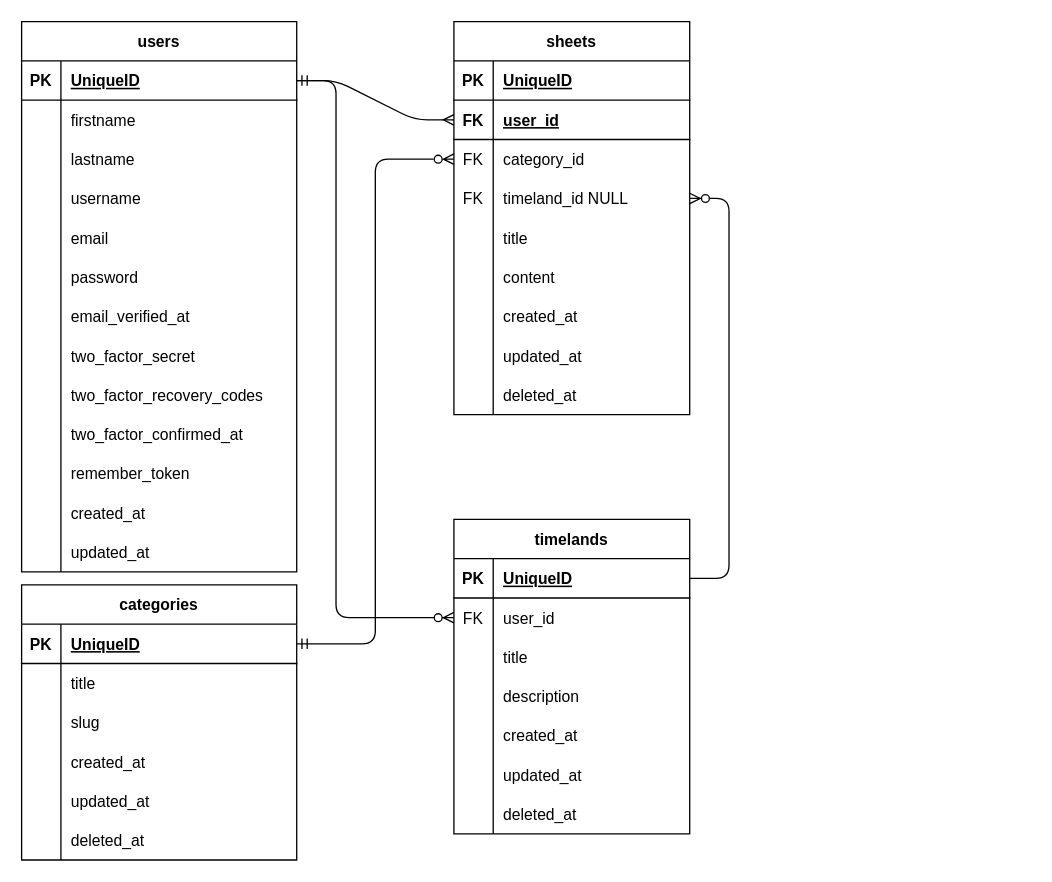
Earlier version of the draw.io diagram database/schemas/db.drawio (opensheetorg/opensheet). Source tidied: cells renumbered, new cells numbered last; positions are measured from the earlier drawing's top-left corner, leaving out a move shared by most shapes. Both pictures are drawn from the tidied source at 131%, with x=0, y=0 at pixel (21, 21).
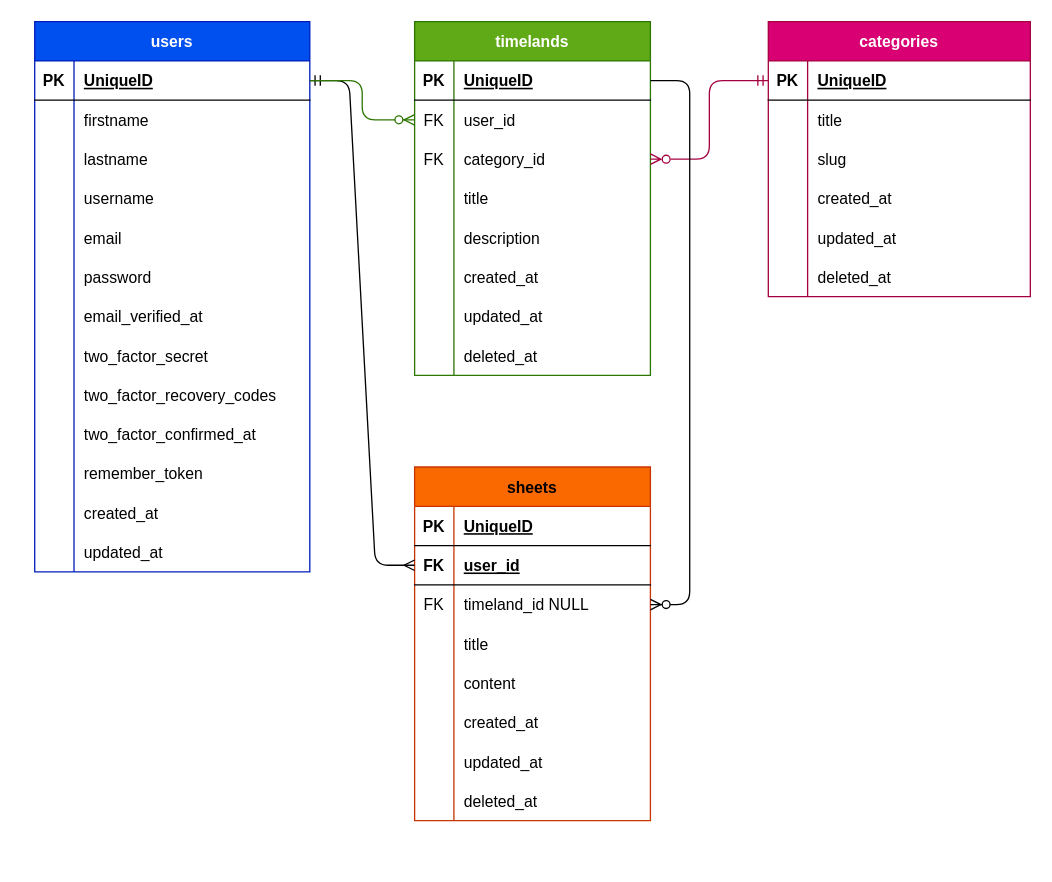
The same diagram, later.

The change refers to these unchanged cells:
```xml
<mxCell id="34" style="shape=tableRow;horizontal=0;startSize=0;swimlaneHead=0;swimlaneBody=0;fillColor=none;points=[[0,0.5],[1,0.5]];portConstraint=eastwest;top=0;left=0;right=0;bottom=0;" parent="30" vertex="1">
  <mxGeometry y="60" width="180" height="30" as="geometry" />
</mxCell>
<mxCell id="53" style="shape=tableRow;horizontal=0;startSize=0;swimlaneHead=0;swimlaneBody=0;fillColor=none;points=[[0,0.5],[1,0.5]];portConstraint=eastwest;top=0;left=0;right=0;bottom=1;" parent="52" vertex="1">
  <mxGeometry y="30" width="210" height="30" as="geometry" />
</mxCell>
```

Change to the diagram source:
```diff
@@
-    <mxCell id="2" value="sheets" style="shape=table;startSize=30;childLayout=tableLayout;rowLines=0;fontStyle=1;align=center;" parent="1" vertex="1">
-      <mxGeometry x="330" width="180" height="300" as="geometry" />
+    <mxCell id="2" value="sheets" style="shape=table;startSize=30;childLayout=tableLayout;rowLines=0;fontStyle=1;align=center;fillColor=#fa6800;fontColor=#000000;strokeColor=#C73500;" parent="1" vertex="1">
+      <mxGeometry x="300" y="340" width="180" height="270" as="geometry" />
     </mxCell>
@@
-    <mxCell id="9" style="shape=tableRow;horizontal=0;startSize=0;swimlaneHead=0;swimlaneBody=0;fillColor=none;points=[[0,0.5],[1,0.5]];portConstraint=eastwest;top=0;left=0;right=0;bottom=0;" parent="2" vertex="1">
-      <mxGeometry y="90" width="180" height="30" as="geometry" />
-    </mxCell>
-    <mxCell id="10" value="FK" style="shape=partialRectangle;fillColor=none;top=0;left=0;bottom=0;right=0;overflow=hidden;" parent="9" vertex="1">
-      <mxGeometry width="30" height="30" as="geometry" />
-    </mxCell>
-    <mxCell id="11" value="category_id" style="shape=partialRectangle;fillColor=none;top=0;left=0;bottom=0;right=0;align=left;spacingLeft=6;overflow=hidden;" parent="9" vertex="1">
-      <mxGeometry x="30" width="150" height="30" as="geometry" />
-    </mxCell>
     <mxCell id="12" style="shape=tableRow;horizontal=0;startSize=0;swimlaneHead=0;swimlaneBody=0;fillColor=none;points=[[0,0.5],[1,0.5]];portConstraint=eastwest;top=0;left=0;right=0;bottom=0;" parent="2" vertex="1">
-      <mxGeometry y="120" width="180" height="30" as="geometry" />
+      <mxGeometry y="90" width="180" height="30" as="geometry" />
     </mxCell>
@@
     <mxCell id="15" style="shape=tableRow;horizontal=0;startSize=0;swimlaneHead=0;swimlaneBody=0;fillColor=none;top=0;left=0;right=0;bottom=0;" parent="2" vertex="1">
-      <mxGeometry y="150" width="180" height="30" as="geometry" />
+      <mxGeometry y="120" width="180" height="30" as="geometry" />
     </mxCell>
@@
     <mxCell id="18" style="shape=tableRow;horizontal=0;startSize=0;swimlaneHead=0;swimlaneBody=0;fillColor=none;top=0;left=0;right=0;bottom=0;" parent="2" vertex="1">
-      <mxGeometry y="180" width="180" height="30" as="geometry" />
+      <mxGeometry y="150" width="180" height="30" as="geometry" />
     </mxCell>
@@
     <mxCell id="21" style="shape=tableRow;horizontal=0;startSize=0;swimlaneHead=0;swimlaneBody=0;fillColor=none;top=0;left=0;right=0;bottom=0;" parent="2" vertex="1">
-      <mxGeometry y="210" width="180" height="30" as="geometry" />
+      <mxGeometry y="180" width="180" height="30" as="geometry" />
     </mxCell>
@@
     <mxCell id="24" style="shape=tableRow;horizontal=0;startSize=0;swimlaneHead=0;swimlaneBody=0;fillColor=none;top=0;left=0;right=0;bottom=0;" parent="2" vertex="1">
-      <mxGeometry y="240" width="180" height="30" as="geometry" />
+      <mxGeometry y="210" width="180" height="30" as="geometry" />
     </mxCell>
@@
     <mxCell id="27" style="shape=tableRow;horizontal=0;startSize=0;swimlaneHead=0;swimlaneBody=0;fillColor=none;top=0;left=0;right=0;bottom=0;" parent="2" vertex="1">
-      <mxGeometry y="270" width="180" height="30" as="geometry" />
+      <mxGeometry y="240" width="180" height="30" as="geometry" />
     </mxCell>
@@
-    <mxCell id="30" value="timelands" style="shape=table;startSize=30;childLayout=tableLayout;rowLines=0;fontStyle=1;align=center;" parent="1" vertex="1">
-      <mxGeometry x="330" y="380" width="180" height="240" as="geometry" />
+    <mxCell id="30" value="timelands" style="shape=table;startSize=30;childLayout=tableLayout;rowLines=0;fontStyle=1;align=center;fillColor=#60a917;fontColor=#ffffff;strokeColor=#2D7600;" parent="1" vertex="1">
+      <mxGeometry x="300" width="180" height="270" as="geometry" />
     </mxCell>
@@
+    <mxCell id="9" style="shape=tableRow;horizontal=0;startSize=0;swimlaneHead=0;swimlaneBody=0;fillColor=none;points=[[0,0.5],[1,0.5]];portConstraint=eastwest;top=0;left=0;right=0;bottom=0;" parent="30" vertex="1">
+      <mxGeometry y="90" width="180" height="30" as="geometry" />
+    </mxCell>
+    <mxCell id="10" value="FK" style="shape=partialRectangle;fillColor=none;top=0;left=0;bottom=0;right=0;overflow=hidden;" parent="9" vertex="1">
+      <mxGeometry width="30" height="30" as="geometry" />
+    </mxCell>
+    <mxCell id="11" value="category_id" style="shape=partialRectangle;fillColor=none;top=0;left=0;bottom=0;right=0;align=left;spacingLeft=6;overflow=hidden;" parent="9" vertex="1">
+      <mxGeometry x="30" width="150" height="30" as="geometry" />
+    </mxCell>
     <mxCell id="37" style="shape=tableRow;horizontal=0;startSize=0;swimlaneHead=0;swimlaneBody=0;fillColor=none;top=0;left=0;right=0;bottom=0;" parent="30" vertex="1">
-      <mxGeometry y="90" width="180" height="30" as="geometry" />
+      <mxGeometry y="120" width="180" height="30" as="geometry" />
     </mxCell>
@@
     <mxCell id="40" style="shape=tableRow;horizontal=0;startSize=0;swimlaneHead=0;swimlaneBody=0;fillColor=none;top=0;left=0;right=0;bottom=0;" parent="30" vertex="1">
-      <mxGeometry y="120" width="180" height="30" as="geometry" />
+      <mxGeometry y="150" width="180" height="30" as="geometry" />
     </mxCell>
@@
     <mxCell id="43" style="shape=tableRow;horizontal=0;startSize=0;swimlaneHead=0;swimlaneBody=0;fillColor=none;top=0;left=0;right=0;bottom=0;" parent="30" vertex="1">
-      <mxGeometry y="150" width="180" height="30" as="geometry" />
+      <mxGeometry y="180" width="180" height="30" as="geometry" />
     </mxCell>
@@
     <mxCell id="46" style="shape=tableRow;horizontal=0;startSize=0;swimlaneHead=0;swimlaneBody=0;fillColor=none;top=0;left=0;right=0;bottom=0;" parent="30" vertex="1">
-      <mxGeometry y="180" width="180" height="30" as="geometry" />
+      <mxGeometry y="210" width="180" height="30" as="geometry" />
     </mxCell>
@@
     <mxCell id="49" style="shape=tableRow;horizontal=0;startSize=0;swimlaneHead=0;swimlaneBody=0;fillColor=none;top=0;left=0;right=0;bottom=0;" parent="30" vertex="1">
-      <mxGeometry y="210" width="180" height="30" as="geometry" />
+      <mxGeometry y="240" width="180" height="30" as="geometry" />
     </mxCell>
@@
-    <mxCell id="52" value="users" style="shape=table;startSize=30;childLayout=tableLayout;rowLines=0;fontStyle=1;align=center;" parent="1" vertex="1">
-      <mxGeometry width="210" height="420" as="geometry" />
+    <mxCell id="52" value="users" style="shape=table;startSize=30;childLayout=tableLayout;rowLines=0;fontStyle=1;align=center;fillColor=#0050ef;fontColor=#ffffff;strokeColor=#001DBC;" parent="1" vertex="1">
+      <mxGeometry x="10" width="210" height="420" as="geometry" />
     </mxCell>
@@
-    <mxCell id="93" value="categories" style="shape=table;startSize=30;childLayout=tableLayout;rowLines=0;fontStyle=1;align=center;" parent="1" vertex="1">
-      <mxGeometry y="430" width="210" height="210" as="geometry" />
+    <mxCell id="93" value="categories" style="shape=table;startSize=30;childLayout=tableLayout;rowLines=0;fontStyle=1;align=center;fillColor=#d80073;fontColor=#ffffff;strokeColor=#A50040;" parent="1" vertex="1">
+      <mxGeometry x="570" width="200" height="210" as="geometry" />
     </mxCell>
     <mxCell id="94" style="shape=tableRow;horizontal=0;startSize=0;swimlaneHead=0;swimlaneBody=0;fillColor=none;points=[[0,0.5],[1,0.5]];portConstraint=eastwest;top=0;left=0;right=0;bottom=1;" parent="93" vertex="1">
-      <mxGeometry y="30" width="210" height="30" as="geometry" />
+      <mxGeometry y="30" width="200" height="30" as="geometry" />
     </mxCell>
@@
     <mxCell id="96" value="UniqueID" style="shape=partialRectangle;fillColor=none;top=0;left=0;bottom=0;right=0;align=left;spacingLeft=6;fontStyle=5;overflow=hidden;" parent="94" vertex="1">
-      <mxGeometry x="30" width="180" height="30" as="geometry" />
+      <mxGeometry x="30" width="170" height="30" as="geometry" />
     </mxCell>
     <mxCell id="97" style="shape=tableRow;horizontal=0;startSize=0;swimlaneHead=0;swimlaneBody=0;fillColor=none;top=0;left=0;right=0;bottom=0;" parent="93" vertex="1">
-      <mxGeometry y="60" width="210" height="30" as="geometry" />
+      <mxGeometry y="60" width="200" height="30" as="geometry" />
     </mxCell>
@@
     <mxCell id="99" value="title" style="shape=partialRectangle;fillColor=none;top=0;left=0;bottom=0;right=0;align=left;spacingLeft=6;overflow=hidden;" parent="97" vertex="1">
-      <mxGeometry x="30" width="180" height="30" as="geometry" />
+      <mxGeometry x="30" width="170" height="30" as="geometry" />
     </mxCell>
     <mxCell id="100" style="shape=tableRow;horizontal=0;startSize=0;swimlaneHead=0;swimlaneBody=0;fillColor=none;top=0;left=0;right=0;bottom=0;" parent="93" vertex="1">
-      <mxGeometry y="90" width="210" height="30" as="geometry" />
+      <mxGeometry y="90" width="200" height="30" as="geometry" />
     </mxCell>
@@
     <mxCell id="102" value="slug" style="shape=partialRectangle;fillColor=none;top=0;left=0;bottom=0;right=0;align=left;spacingLeft=6;overflow=hidden;" parent="100" vertex="1">
-      <mxGeometry x="30" width="180" height="30" as="geometry" />
+      <mxGeometry x="30" width="170" height="30" as="geometry" />
     </mxCell>
     <mxCell id="103" style="shape=tableRow;horizontal=0;startSize=0;swimlaneHead=0;swimlaneBody=0;fillColor=none;top=0;left=0;right=0;bottom=0;" parent="93" vertex="1">
-      <mxGeometry y="120" width="210" height="30" as="geometry" />
+      <mxGeometry y="120" width="200" height="30" as="geometry" />
     </mxCell>
@@
     <mxCell id="105" value="created_at" style="shape=partialRectangle;fillColor=none;top=0;left=0;bottom=0;right=0;align=left;spacingLeft=6;overflow=hidden;" parent="103" vertex="1">
-      <mxGeometry x="30" width="180" height="30" as="geometry" />
+      <mxGeometry x="30" width="170" height="30" as="geometry" />
     </mxCell>
     <mxCell id="106" style="shape=tableRow;horizontal=0;startSize=0;swimlaneHead=0;swimlaneBody=0;fillColor=none;top=0;left=0;right=0;bottom=0;" parent="93" vertex="1">
-      <mxGeometry y="150" width="210" height="30" as="geometry" />
+      <mxGeometry y="150" width="200" height="30" as="geometry" />
     </mxCell>
@@
     <mxCell id="108" value="updated_at" style="shape=partialRectangle;fillColor=none;top=0;left=0;bottom=0;right=0;align=left;spacingLeft=6;overflow=hidden;" parent="106" vertex="1">
-      <mxGeometry x="30" width="180" height="30" as="geometry" />
+      <mxGeometry x="30" width="170" height="30" as="geometry" />
     </mxCell>
     <mxCell id="109" style="shape=tableRow;horizontal=0;startSize=0;swimlaneHead=0;swimlaneBody=0;fillColor=none;top=0;left=0;right=0;bottom=0;" parent="93" vertex="1">
-      <mxGeometry y="180" width="210" height="30" as="geometry" />
+      <mxGeometry y="180" width="200" height="30" as="geometry" />
     </mxCell>
@@
     <mxCell id="111" value="deleted_at" style="shape=partialRectangle;fillColor=none;top=0;left=0;bottom=0;right=0;align=left;spacingLeft=6;overflow=hidden;" parent="109" vertex="1">
-      <mxGeometry x="30" width="180" height="30" as="geometry" />
+      <mxGeometry x="30" width="170" height="30" as="geometry" />
     </mxCell>
-    <mxCell id="112" style="edgeStyle=elbowEdgeStyle;fontSize=12;html=1;endArrow=ERzeroToMany;startArrow=ERmandOne;exitX=1;exitY=0.5;exitDx=0;exitDy=0;entryX=0;entryY=0.5;entryDx=0;entryDy=0;endFill=0;" parent="1" edge="1" source="94" target="9">
+    <mxCell id="112" style="edgeStyle=elbowEdgeStyle;fontSize=12;html=1;endArrow=ERzeroToMany;startArrow=ERmandOne;endFill=0;entryX=1;entryY=0.5;entryDx=0;entryDy=0;fillColor=#d80073;strokeColor=#A50040;" parent="1" edge="1" source="94" target="9">
       <mxGeometry relative="1" as="geometry" />
     </mxCell>
@@
-    <mxCell id="114" style="edgeStyle=elbowEdgeStyle;fontSize=12;html=1;endArrow=ERzeroToMany;endFill=1;entryX=0;entryY=0.5;entryDx=0;entryDy=0;exitX=1;exitY=0.5;exitDx=0;exitDy=0;" parent="1" edge="1" source="53" target="34">
+    <mxCell id="114" style="edgeStyle=elbowEdgeStyle;fontSize=12;html=1;endArrow=ERzeroToMany;endFill=1;entryX=0;entryY=0.5;entryDx=0;entryDy=0;exitX=1;exitY=0.5;exitDx=0;exitDy=0;fillColor=#60a917;strokeColor=#2D7600;" parent="1" edge="1" source="53" target="34">
       <mxGeometry relative="1" as="geometry">
         <Array as="points">
+          <mxPoint x="260" y="30" />
           <mxPoint x="240" y="250" />
         </Array>
       </mxGeometry>
     </mxCell>
```
